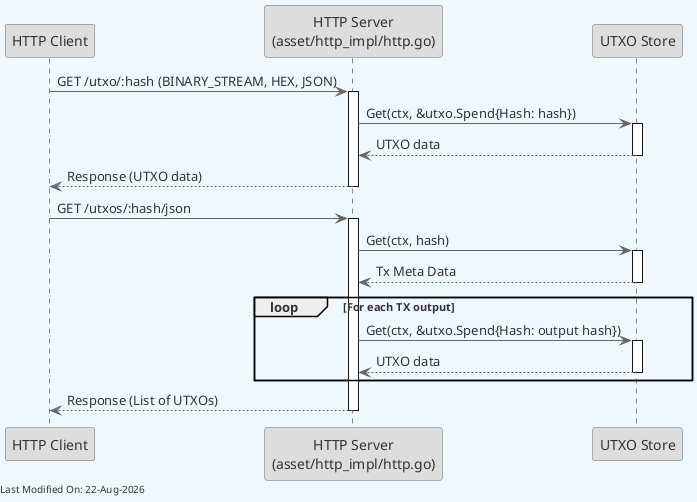
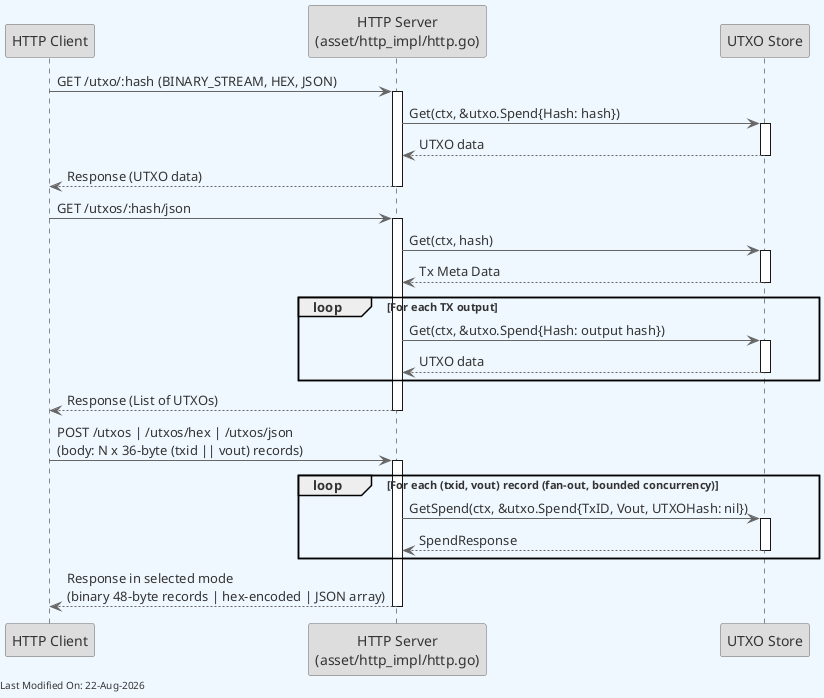
@startuml
skinparam backgroundColor #F0F8FF
skinparam defaultFontColor #333333
skinparam arrowColor #666666

' Define borders for all elements
skinparam entity {
  BorderColor #666666
  BackgroundColor #DDDDDD
}

skinparam control {
  BorderColor #666666
  BackgroundColor #DDDDDD
}

skinparam participant {
  BorderColor #666666
  BackgroundColor #DDDDDD
}



participant "HTTP Client" as Client
participant "HTTP Server\n(asset/http_impl/http.go)" as HTTPServer
participant "UTXO Store" as Utxo

' Specific UTXO by hash request
Client -> HTTPServer : GET /utxo/:hash (BINARY_STREAM, HEX, JSON)
activate HTTPServer
HTTPServer -> Utxo : Get(ctx, &utxo.Spend{Hash: hash})
activate Utxo
Utxo --> HTTPServer : UTXO data
deactivate Utxo
HTTPServer --> Client : Response (UTXO data)
deactivate HTTPServer

' Get UTXOs by Tx ID
Client -> HTTPServer : GET /utxos/:hash/json
activate HTTPServer
HTTPServer -> Utxo : Get(ctx, hash)
activate Utxo
Utxo --> HTTPServer : Tx Meta Data
deactivate Utxo

loop For each TX output
    HTTPServer -> Utxo : Get(ctx, &utxo.Spend{Hash: output hash})
    activate Utxo
    Utxo --> HTTPServer : UTXO data
    deactivate Utxo
end

HTTPServer --> Client : Response (List of UTXOs)
deactivate HTTPServer

+ ' Bulk UTXO spend-status lookup
+ Client -> HTTPServer : POST /utxos | /utxos/hex | /utxos/json\n(body: N x 36-byte (txid || vout) records)
+ activate HTTPServer
+ 
+ loop For each (txid, vout) record (fan-out, bounded concurrency)
+     HTTPServer -> Utxo : GetSpend(ctx, &utxo.Spend{TxID, Vout, UTXOHash: nil})
+     activate Utxo
+     Utxo --> HTTPServer : SpendResponse
+     deactivate Utxo
+ end
+ 
+ HTTPServer --> Client : Response in selected mode\n(binary 48-byte records | hex-encoded | JSON array)
+ deactivate HTTPServer
+ 
left footer Last Modified On: %date("dd-MMM-yyyy")

@enduml
